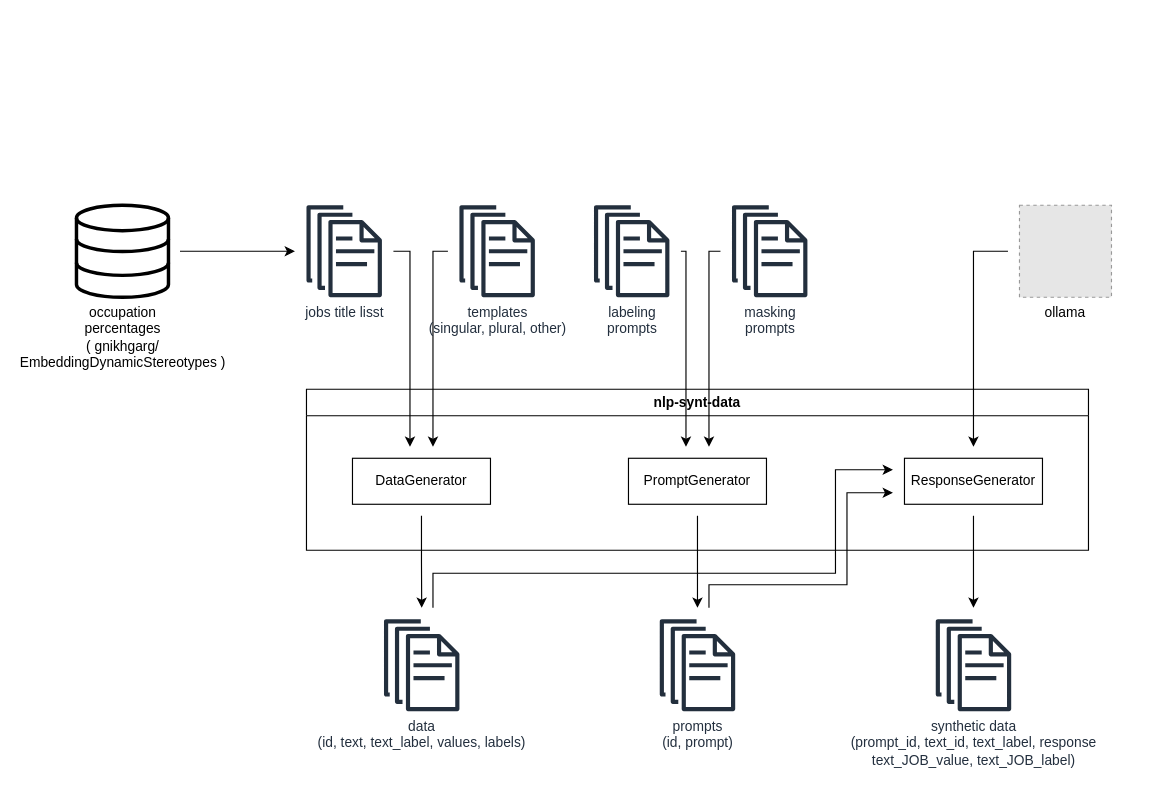
Earlier version of the draw.io diagram assets/synt.drawio (tommasoromano/nlp-project). Source tidied: cells renumbered, new cells numbered last; positions are measured from the earlier drawing's top-left corner, leaving out a move shared by most shapes. Both pictures are drawn from the tidied source at 115%, with x=0, y=0 at pixel (76, 205). Pictures stored in the file or linked from it are replaced by grey dashed boxes.
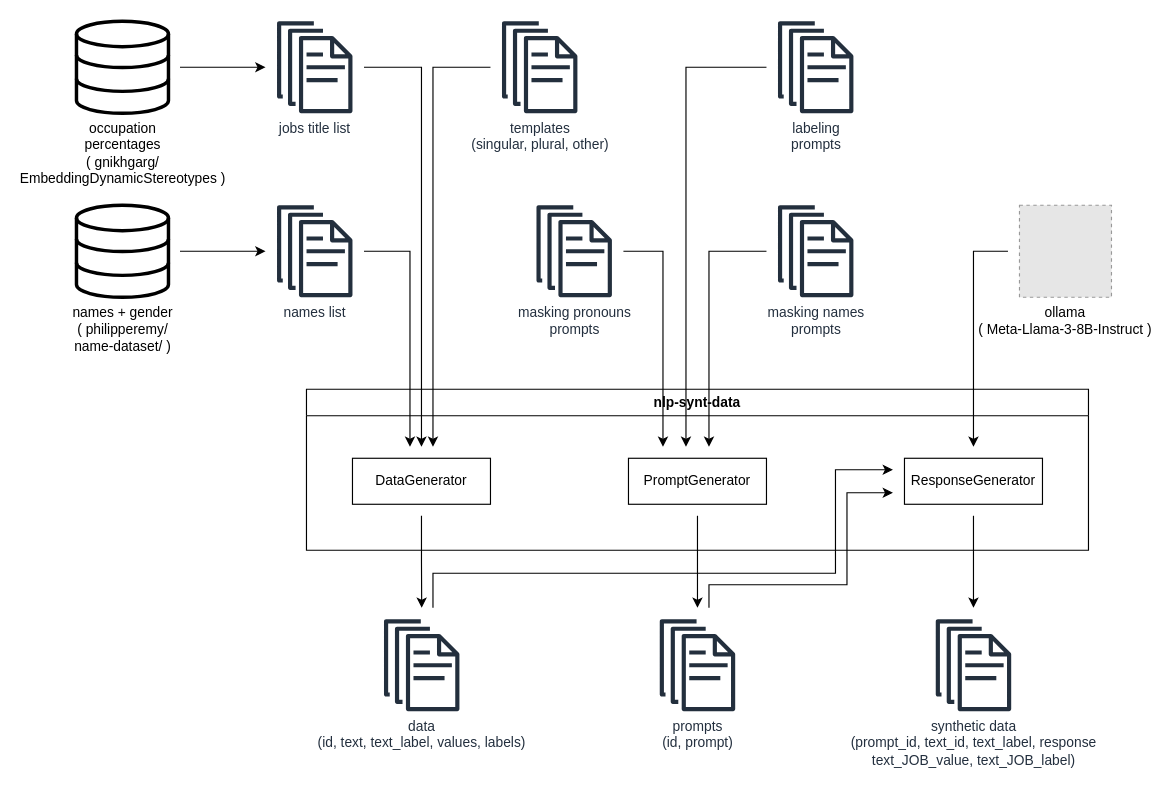
The same page after the edit.

The change refers to these unchanged cells:
```xml
<mxCell id="3" value="DataGenerator" style="rounded=0;whiteSpace=wrap;html=1;" parent="2" vertex="1">
  <mxGeometry x="40" y="60" width="120" height="40" as="geometry" />
</mxCell>
<mxCell id="4" value="PromptGenerator" style="rounded=0;whiteSpace=wrap;html=1;" parent="2" vertex="1">
  <mxGeometry x="280" y="60" width="120" height="40" as="geometry" />
</mxCell>
```

What changed in the source:
```diff
@@
-    <mxCell id="6" value="ollama" style="fillColor=#E6E6E6;strokeColor=#999999;dashed=1;verticalLabelPosition=bottom;labelBackgroundColor=default;verticalAlign=top;" parent="1" vertex="1">
+    <mxCell id="6" value="ollama&#10;( Meta-Llama-3-8B-Instruct )" style="fillColor=#E6E6E6;strokeColor=#999999;dashed=1;verticalLabelPosition=bottom;labelBackgroundColor=default;verticalAlign=top;" parent="1" vertex="1">
       <mxGeometry x="820" width="80" height="80" as="geometry" />
     </mxCell>
@@
-    <mxCell id="8" value="jobs title lisst" style="sketch=0;outlineConnect=0;fontColor=#232F3E;gradientColor=none;fillColor=#232F3D;strokeColor=none;dashed=0;verticalLabelPosition=bottom;verticalAlign=top;align=center;html=1;fontSize=12;fontStyle=0;shape=mxgraph.aws4.documents;" parent="1" vertex="1">
-      <mxGeometry x="200" width="65.6" height="80" as="geometry" />
+    <mxCell id="8" value="names list" style="sketch=0;outlineConnect=0;fontColor=#232F3E;gradientColor=none;fillColor=#232F3D;strokeColor=none;dashed=0;verticalLabelPosition=bottom;verticalAlign=top;align=center;html=1;fontSize=12;fontStyle=0;shape=mxgraph.aws4.documents;" parent="1" vertex="1">
+      <mxGeometry x="174.4" width="65.6" height="80" as="geometry" />
     </mxCell>
-    <mxCell id="9" style="edgeStyle=orthogonalEdgeStyle;rounded=0;jettySize=auto;html=1;targetPerimeterSpacing=10;sourcePerimeterSpacing=10;" parent="1" edge="1" source="10" target="3">
-      <mxGeometry relative="1" as="geometry">
-        <Array as="points">
-          <mxPoint x="310" y="40" />
-        </Array>
-      </mxGeometry>
-    </mxCell>
-    <mxCell id="10" value="templates&lt;div&gt;(singular, plural, other)&lt;/div&gt;" style="sketch=0;outlineConnect=0;fontColor=#232F3E;gradientColor=none;fillColor=#232F3D;strokeColor=none;dashed=0;verticalLabelPosition=bottom;verticalAlign=top;align=center;html=1;fontSize=12;fontStyle=0;shape=mxgraph.aws4.documents;" parent="1" vertex="1">
-      <mxGeometry x="333" width="65.6" height="80" as="geometry" />
-    </mxCell>
     <mxCell id="11" style="edgeStyle=orthogonalEdgeStyle;rounded=0;jettySize=auto;html=1;targetPerimeterSpacing=10;sourcePerimeterSpacing=10;" parent="1" edge="1" source="12" target="4">
       <mxGeometry relative="1" as="geometry">
         <Array as="points">
-          <mxPoint x="530" y="40" />
+          <mxPoint x="530" y="-120" />
         </Array>
       </mxGeometry>
     </mxCell>
     <mxCell id="12" value="labeling&lt;div&gt;prompts&lt;/div&gt;" style="sketch=0;outlineConnect=0;fontColor=#232F3E;gradientColor=none;fillColor=#232F3D;strokeColor=none;dashed=0;verticalLabelPosition=bottom;verticalAlign=top;align=center;html=1;fontSize=12;fontStyle=0;shape=mxgraph.aws4.documents;" parent="1" vertex="1">
-      <mxGeometry x="450" width="65.6" height="80" as="geometry" />
+      <mxGeometry x="610" y="-160" width="65.6" height="80" as="geometry" />
     </mxCell>
@@
-    <mxCell id="14" value="masking&lt;div&gt;prompts&lt;/div&gt;" style="sketch=0;outlineConnect=0;fontColor=#232F3E;gradientColor=none;fillColor=#232F3D;strokeColor=none;dashed=0;verticalLabelPosition=bottom;verticalAlign=top;align=center;html=1;fontSize=12;fontStyle=0;shape=mxgraph.aws4.documents;" parent="1" vertex="1">
-      <mxGeometry x="570" width="65.6" height="80" as="geometry" />
+    <mxCell id="14" value="masking names&lt;div&gt;prompts&lt;/div&gt;" style="sketch=0;outlineConnect=0;fontColor=#232F3E;gradientColor=none;fillColor=#232F3D;strokeColor=none;dashed=0;verticalLabelPosition=bottom;verticalAlign=top;align=center;html=1;fontSize=12;fontStyle=0;shape=mxgraph.aws4.documents;" parent="1" vertex="1">
+      <mxGeometry x="610" width="65.6" height="80" as="geometry" />
     </mxCell>
@@
-    <mxCell id="16" value="occupation&lt;div&gt;percentages&lt;/div&gt;&lt;div&gt;( gnikhgarg/&lt;/div&gt;&lt;div&gt;EmbeddingDynamicStereotypes )&lt;/div&gt;" style="html=1;verticalLabelPosition=bottom;align=center;labelBackgroundColor=#ffffff;verticalAlign=top;strokeWidth=3;strokeColor=#000000;shadow=0;dashed=0;shape=mxgraph.ios7.icons.data;" parent="1" vertex="1">
+    <mxCell id="16" value="names + gender&lt;br&gt;&lt;div&gt;( philipperemy/&lt;/div&gt;&lt;div&gt;name-dataset/ )&lt;/div&gt;" style="html=1;verticalLabelPosition=bottom;align=center;labelBackgroundColor=#ffffff;verticalAlign=top;strokeWidth=3;strokeColor=#000000;shadow=0;dashed=0;shape=mxgraph.ios7.icons.data;" parent="1" vertex="1">
       <mxGeometry width="80" height="80" as="geometry" />
     </mxCell>
@@
+    <mxCell id="26" style="edgeStyle=orthogonalEdgeStyle;rounded=0;jettySize=auto;html=1;targetPerimeterSpacing=10;sourcePerimeterSpacing=10;" parent="1" edge="1" source="27" target="3">
+      <mxGeometry relative="1" as="geometry">
+        <Array as="points">
+          <mxPoint x="300" y="-120" />
+        </Array>
+      </mxGeometry>
+    </mxCell>
+    <mxCell id="27" value="jobs title list" style="sketch=0;outlineConnect=0;fontColor=#232F3E;gradientColor=none;fillColor=#232F3D;strokeColor=none;dashed=0;verticalLabelPosition=bottom;verticalAlign=top;align=center;html=1;fontSize=12;fontStyle=0;shape=mxgraph.aws4.documents;" parent="1" vertex="1">
+      <mxGeometry x="174.4" y="-160" width="65.6" height="80" as="geometry" />
+    </mxCell>
+    <mxCell id="28" style="edgeStyle=orthogonalEdgeStyle;rounded=0;jettySize=auto;html=1;targetPerimeterSpacing=10;sourcePerimeterSpacing=10;" parent="1" edge="1" source="29" target="27">
+      <mxGeometry relative="1" as="geometry" />
+    </mxCell>
+    <mxCell id="29" value="occupation&lt;div&gt;percentages&lt;/div&gt;&lt;div&gt;( gnikhgarg/&lt;/div&gt;&lt;div&gt;EmbeddingDynamicStereotypes )&lt;/div&gt;" style="html=1;verticalLabelPosition=bottom;align=center;labelBackgroundColor=#ffffff;verticalAlign=top;strokeWidth=3;strokeColor=#000000;shadow=0;dashed=0;shape=mxgraph.ios7.icons.data;" parent="1" vertex="1">
+      <mxGeometry y="-160" width="80" height="80" as="geometry" />
+    </mxCell>
+    <mxCell id="9" style="edgeStyle=orthogonalEdgeStyle;rounded=0;jettySize=auto;html=1;targetPerimeterSpacing=10;sourcePerimeterSpacing=10;" parent="1" edge="1" source="10" target="3">
+      <mxGeometry relative="1" as="geometry">
+        <Array as="points">
+          <mxPoint x="310" y="-120" />
+        </Array>
+      </mxGeometry>
+    </mxCell>
+    <mxCell id="10" value="templates&lt;div&gt;(singular, plural, other)&lt;/div&gt;" style="sketch=0;outlineConnect=0;fontColor=#232F3E;gradientColor=none;fillColor=#232F3D;strokeColor=none;dashed=0;verticalLabelPosition=bottom;verticalAlign=top;align=center;html=1;fontSize=12;fontStyle=0;shape=mxgraph.aws4.documents;" parent="1" vertex="1">
+      <mxGeometry x="370" y="-160" width="65.6" height="80" as="geometry" />
+    </mxCell>
+    <mxCell id="30" style="edgeStyle=orthogonalEdgeStyle;rounded=0;jettySize=auto;html=1;targetPerimeterSpacing=10;sourcePerimeterSpacing=10;" parent="1" edge="1" source="31" target="4">
+      <mxGeometry relative="1" as="geometry">
+        <Array as="points">
+          <mxPoint x="510" y="40" />
+        </Array>
+      </mxGeometry>
+    </mxCell>
+    <mxCell id="31" value="masking pronouns&lt;div&gt;prompts&lt;/div&gt;" style="sketch=0;outlineConnect=0;fontColor=#232F3E;gradientColor=none;fillColor=#232F3D;strokeColor=none;dashed=0;verticalLabelPosition=bottom;verticalAlign=top;align=center;html=1;fontSize=12;fontStyle=0;shape=mxgraph.aws4.documents;" parent="1" vertex="1">
+      <mxGeometry x="400" width="65.6" height="80" as="geometry" />
+    </mxCell>
```
